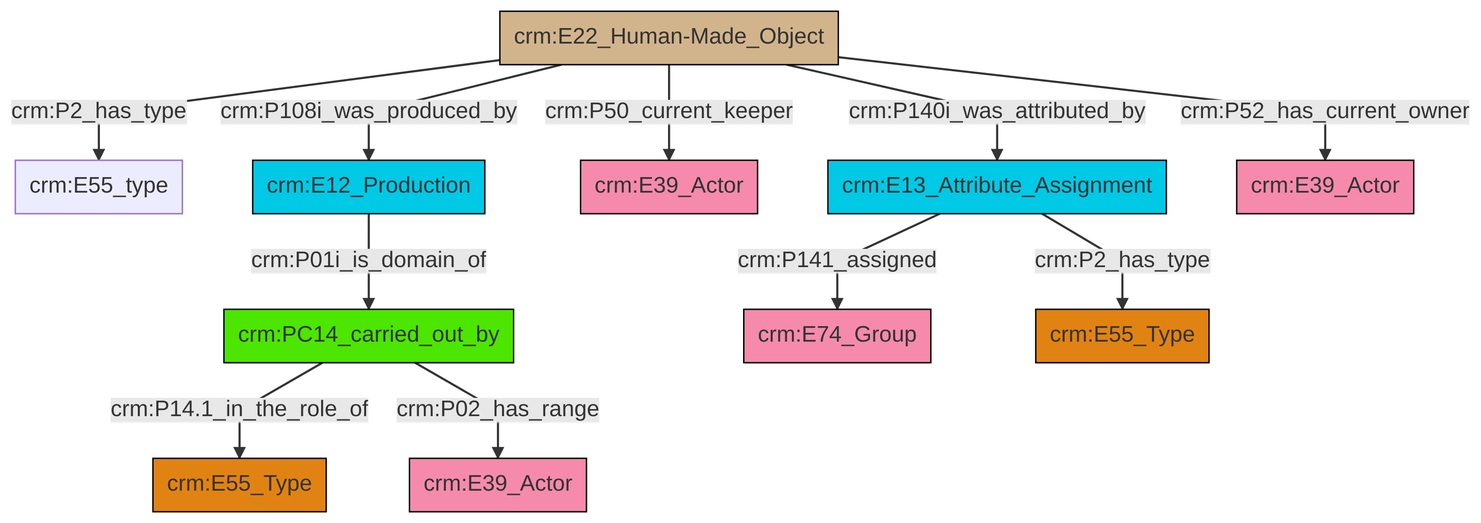
Earlier version of the Mermaid export et/artworkCSV/ttl/mmd/png/Artwork_Actor_Relations.png (swiss-art-research-net/docs.swissartresearch). Its source is kept beside it as et/artworkCSV/ttl/mmd/Artwork_Actor_Relations.ttl.mmd.
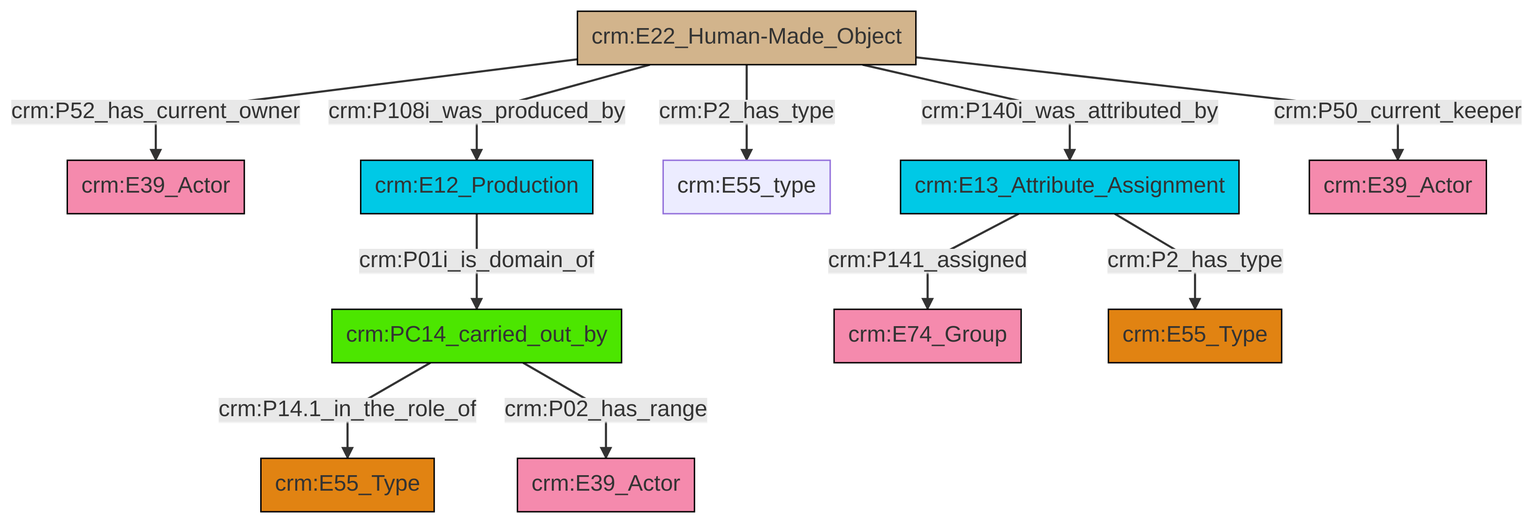
Above is the later version.

The edit, as a diff of the source:
```diff
@@ -13,13 +13,13 @@
 classDef PC_Classes fill:#4ce600, stroke:#000000;
 classDef Multi fill:#cccccc,stroke:#000000;
 
-4["crm:E22_Human-Made_Object"]:::Physical_Thing -->|crm:P2_has_type| 5["crm:E55_type"]:::Default
-6["crm:E13_Attribute_Assignment"]:::Temporal_Entity -->|crm:P2_has_type| 7["crm:E55_Type"]:::Type
-4["crm:E22_Human-Made_Object"]:::Physical_Thing -->|crm:P50_current_keeper| 8["crm:E39_Actor"]:::Actor
-0["crm:PC14_carried_out_by"]:::PC_Classes -->|crm:P14.1_in_the_role_of| 10["crm:E55_Type"]:::Type
-4["crm:E22_Human-Made_Object"]:::Physical_Thing -->|crm:P140i_was_attributed_by| 6["crm:E13_Attribute_Assignment"]:::Temporal_Entity
-6["crm:E13_Attribute_Assignment"]:::Temporal_Entity -->|crm:P141_assigned| 2["crm:E74_Group"]:::Actor
-4["crm:E22_Human-Made_Object"]:::Physical_Thing -->|crm:P108i_was_produced_by| 12["crm:E12_Production"]:::Temporal_Entity
-4["crm:E22_Human-Made_Object"]:::Physical_Thing -->|crm:P52_has_current_owner| 17["crm:E39_Actor"]:::Actor
-0["crm:PC14_carried_out_by"]:::PC_Classes -->|crm:P02_has_range| 18["crm:E39_Actor"]:::Actor
-12["crm:E12_Production"]:::Temporal_Entity -->|crm:P01i_is_domain_of| 0["crm:PC14_carried_out_by"]:::PC_Classes
+8["crm:PC14_carried_out_by"]:::PC_Classes -->|crm:P14.1_in_the_role_of| 4["crm:E55_Type"]:::Type
+9["crm:E22_Human-Made_Object"]:::Physical_Thing -->|crm:P52_has_current_owner| 10["crm:E39_Actor"]:::Actor
+8["crm:PC14_carried_out_by"]:::PC_Classes -->|crm:P02_has_range| 0["crm:E39_Actor"]:::Actor
+14["crm:E13_Attribute_Assignment"]:::Temporal_Entity -->|crm:P141_assigned| 6["crm:E74_Group"]:::Actor
+9["crm:E22_Human-Made_Object"]:::Physical_Thing -->|crm:P108i_was_produced_by| 15["crm:E12_Production"]:::Temporal_Entity
+9["crm:E22_Human-Made_Object"]:::Physical_Thing -->|crm:P2_has_type| 2["crm:E55_type"]:::Default
+15["crm:E12_Production"]:::Temporal_Entity -->|crm:P01i_is_domain_of| 8["crm:PC14_carried_out_by"]:::PC_Classes
+14["crm:E13_Attribute_Assignment"]:::Temporal_Entity -->|crm:P2_has_type| 12["crm:E55_Type"]:::Type
+9["crm:E22_Human-Made_Object"]:::Physical_Thing -->|crm:P140i_was_attributed_by| 14["crm:E13_Attribute_Assignment"]:::Temporal_Entity
+9["crm:E22_Human-Made_Object"]:::Physical_Thing -->|crm:P50_current_keeper| 16["crm:E39_Actor"]:::Actor
```
